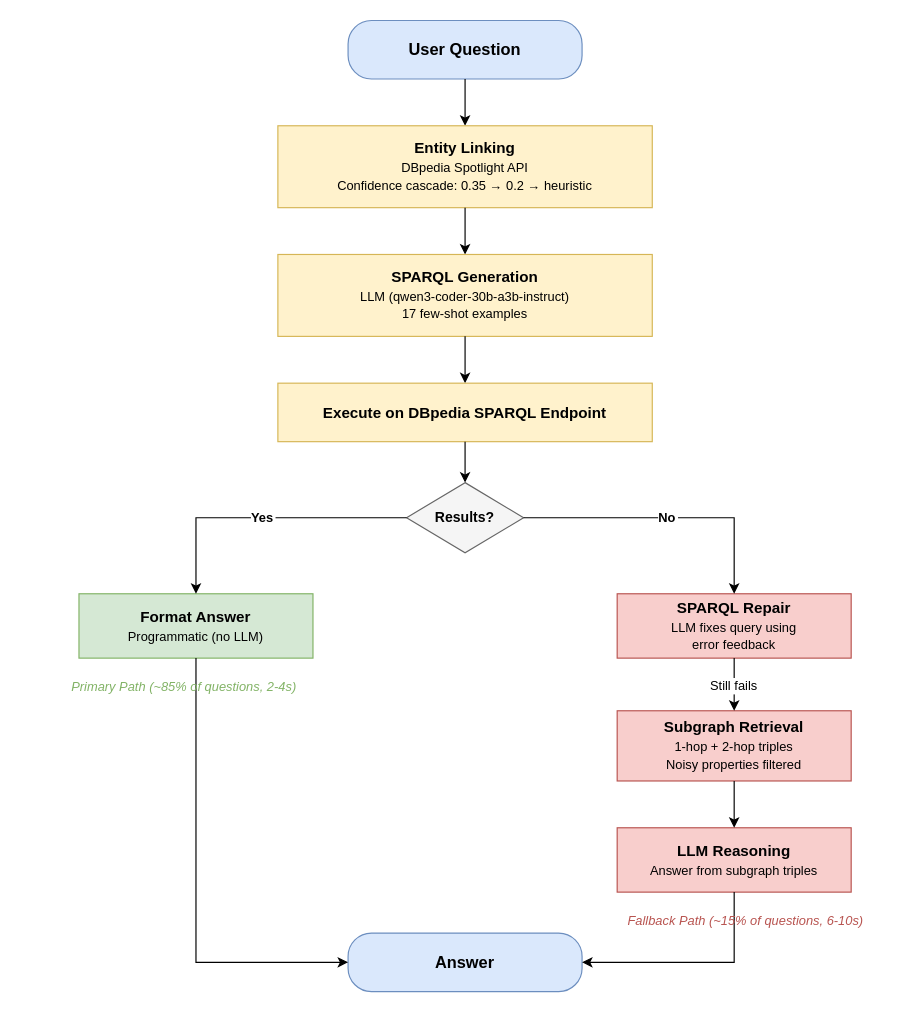
This is architecture.drawio from Mohamed-Elsafty23/DBpedia_KGQA, a draw.io file, before an edit. Source tidied: cells renumbered, new cells numbered last; positions are measured from the earlier drawing's top-left corner, leaving out a move shared by most shapes. Both pictures are drawn from the tidied source at 117%, with x=0, y=0 at pixel (20, 20).
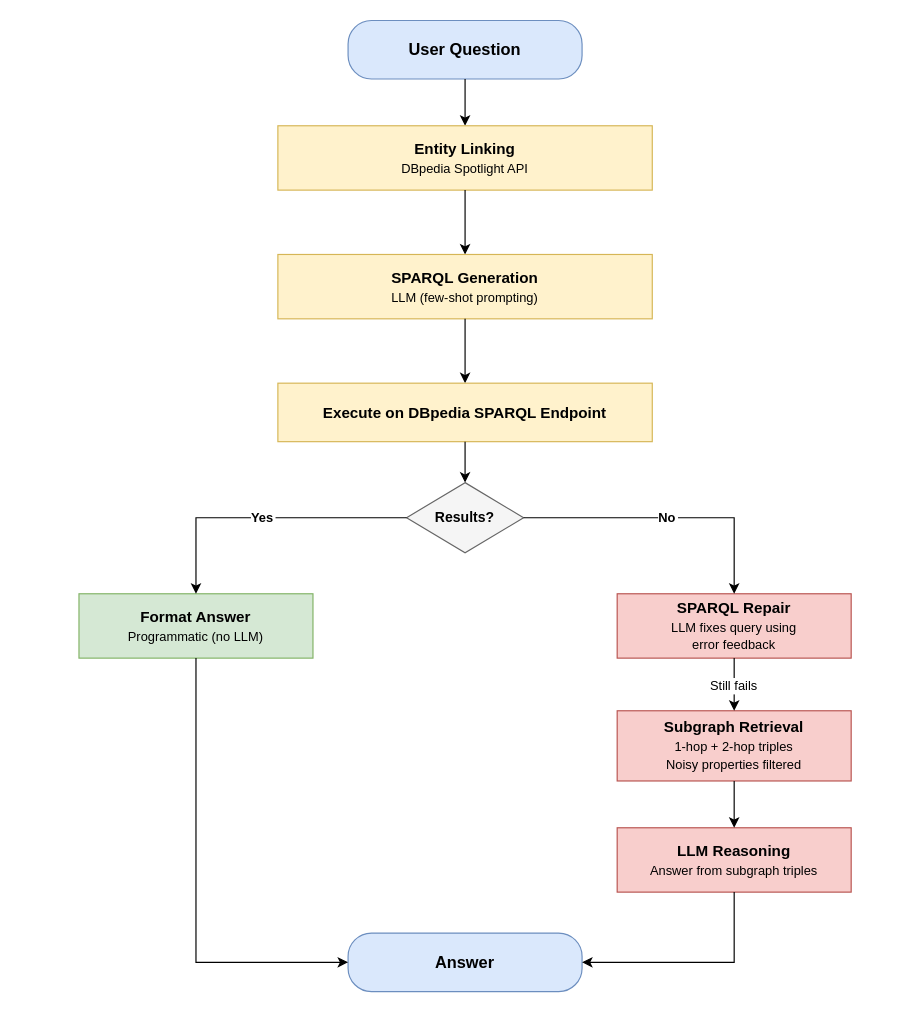
The same page after the edit.

Commit message (it also covers changes not shown here):
Clean up architecture diagram

What changed in the source:
```diff
@@
-    <mxCell id="4" value="Entity Linking&lt;br&gt;&lt;font style=&quot;font-size:11px;font-weight:normal;&quot;&gt;DBpedia Spotlight API&lt;br&gt;Confidence cascade: 0.35 → 0.2 → heuristic&lt;/font&gt;" style="rounded=0;whiteSpace=wrap;html=1;fillColor=#fff2cc;strokeColor=#d6b656;fontSize=13;fontStyle=1;" parent="1" vertex="1">
-      <mxGeometry x="220" y="90" width="320" height="70" as="geometry" />
+    <mxCell id="4" value="Entity Linking&lt;br&gt;&lt;font style=&quot;font-size:11px;font-weight:normal;&quot;&gt;DBpedia Spotlight API&lt;/font&gt;" style="rounded=0;whiteSpace=wrap;html=1;fillColor=#fff2cc;strokeColor=#d6b656;fontSize=13;fontStyle=1;" parent="1" vertex="1">
+      <mxGeometry x="220" y="90" width="320" height="55" as="geometry" />
     </mxCell>
@@
-    <mxCell id="6" value="SPARQL Generation&lt;br&gt;&lt;font style=&quot;font-size:11px;font-weight:normal;&quot;&gt;LLM (qwen3-coder-30b-a3b-instruct)&lt;br&gt;17 few-shot examples&lt;/font&gt;" style="rounded=0;whiteSpace=wrap;html=1;fillColor=#fff2cc;strokeColor=#d6b656;fontSize=13;fontStyle=1;" parent="1" vertex="1">
-      <mxGeometry x="220" y="200" width="320" height="70" as="geometry" />
+    <mxCell id="6" value="SPARQL Generation&lt;br&gt;&lt;font style=&quot;font-size:11px;font-weight:normal;&quot;&gt;LLM (few-shot prompting)&lt;/font&gt;" style="rounded=0;whiteSpace=wrap;html=1;fillColor=#fff2cc;strokeColor=#d6b656;fontSize=13;fontStyle=1;" parent="1" vertex="1">
+      <mxGeometry x="220" y="200" width="320" height="55" as="geometry" />
     </mxCell>
@@
-    <mxCell id="22" value="Primary Path (~85% of questions, 2-4s)" style="text;html=1;align=center;verticalAlign=middle;whiteSpace=wrap;rounded=0;fontSize=11;fontStyle=2;fontColor=#82b366;" parent="1" vertex="1">
-      <mxGeometry y="560" width="280" height="20" as="geometry" />
-    </mxCell>
-    <mxCell id="23" value="Fallback Path (~15% of questions, 6-10s)" style="text;html=1;align=center;verticalAlign=middle;whiteSpace=wrap;rounded=0;fontSize=11;fontStyle=2;fontColor=#b85450;" parent="1" vertex="1">
-      <mxGeometry x="490" y="760" width="260" height="20" as="geometry" />
-    </mxCell>
```
